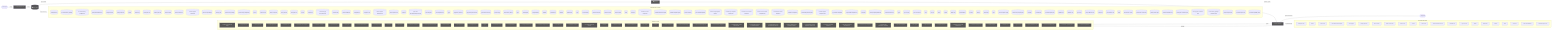
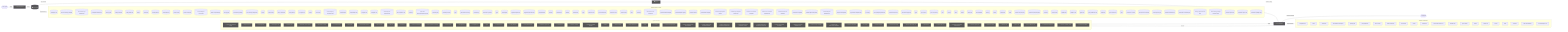
flowchart LR
  UserQ(["👤 User Query"])
  Embed["📐 Embedding Model"]
  VecDB[("📚 Vector Store")]
  Retriever["🔍 Retriever"]
  LLMNode["🧠 LLM / Generator"]
  Output(["✅ Response"])
  UserQ -->|query| Embed
  Embed -->|vector| VecDB
  VecDB -->|top-k chunks| Retriever
  Retriever -->|context + query| LLMNode
  LLMNode -->|generated answer| Output
  subgraph DetectedMemory["Detected memory stores"]
    det_detectedmemory_cli_dispatch_test_54c9f17b[("cli-dispatch.test")]
    det_detectedmemory_run_local_memory_preflight_36e92808[("run-local-memory-preflight")]
    det_detectedmemory_run_local_memory_preflight_test_1d7c5aa0[("run-local-memory-preflight.test")]
    det_detectedmemory_pr_template_validator_test_569b1cef[("pr-template-validator.test")]
+     det_detectedmemory_memory_gate_a577a506[("memory-gate")]
    det_detectedmemory_tooling_audit_test_d2aee28c[("tooling-audit.test")]
    det_detectedmemory_tooling_audit_core_328d6a41[("tooling-audit-core")]
    det_detectedmemory_search_24193290[("search")]
    det_detectedmemory_search_test_0c66bc11[("search.test")]
    det_detectedmemory_review_gate_test_000e2ed6[("review-gate.test")]
    det_detectedmemory_review_gate_core_4c8001f9[("review-gate-core")]
    det_detectedmemory_review_context_ca6cf81d[("review-context")]
    det_detectedmemory_review_context_test_89806d6c[("review-context.test")]
    det_detectedmemory_refresh_diagram_context_test_03bf21c4[("refresh-diagram-context.test")]
    det_detectedmemory_pattern_scope_siblings_43abe000[("pattern-scope-siblings")]
-     det_detectedmemory_memory_gate_a577a506[("memory-gate")]
+     det_detectedmemory_memory_gate_1_265164ac[("memory-gate")]
    det_detectedmemory_local_memory_preflight_dcc36c42[("local-memory-preflight")]
    det_detectedmemory_local_memory_preflight_test_5e323bbf[("local-memory-preflight.test")]
    det_detectedmemory_init_test_cbba76a6[("init.test")]
    det_detectedmemory_index_context_de3ed39d[("index-context")]
    det_detectedmemory_index_context_test_1949ea6f[("index-context.test")]
    det_detectedmemory_docs_gate_test_a25e972f[("docs-gate.test")]
    det_detectedmemory_docs_gate_core_eb9b6c18[("docs-gate-core")]
    det_detectedmemory_context_ea7792a2[("context")]
    det_detectedmemory_context_test_57aad306[("context.test")]
    det_detectedmemory_context_integrity_acceptance_test_59f961b1[("context-integrity-acceptance.test")]
    det_detectedmemory_context_health_80bb7da9[("context-health")]
    det_detectedmemory_context_health_test_3b5b87f3[("context-health.test")]
    det_detectedmemory_ci_migrate_test_2a015bb9[("ci-migrate.test")]
    det_detectedmemory_ci_migrate_core_7005b5af[("ci-migrate-core")]
    det_detectedmemory_check_diagram_freshness_test_c1dc40aa[("check-diagram-freshness.test")]
    det_detectedmemory_branch_protect_core_a8feb0fd[("branch-protect-core")]
    det_detectedmemory_brain_test_428d4d67[("brain.test")]
    det_detectedmemory_agent_first_throughput_integration_test_dc677cc4[("agent-first-throughput.integration.test")]
    det_detectedmemory_overload_guard_2748c559[("overload-guard")]
    det_detectedmemory_overload_guard_test_6ece9f86[("overload-guard.test")]
-     det_detectedmemory_types_4_822d0f88[("types")]
-     det_detectedmemory_suggestion_generator_0956f794[("suggestion-generator")]
-     det_detectedmemory_suggestion_generator_test_f68e9892[("suggestion-generator.test")]
+     det_detectedmemory_types_5_f869ec4b[("types")]
    det_detectedmemory_performance_overload_c685bfcf[("performance-overload")]
    det_detectedmemory_local_memory_0db17ecc[("local-memory")]
    det_detectedmemory_local_memory_smoke_1175abfc[("local-memory-smoke")]
-     det_detectedmemory_types_8_f6283648[("types")]
+     det_detectedmemory_types_9_1db4641f[("types")]
    det_detectedmemory_claim_helpers_20dc8387[("claim-helpers")]
+     det_detectedmemory_suggestion_generator_0956f794[("suggestion-generator")]
+     det_detectedmemory_suggestion_generator_test_f68e9892[("suggestion-generator.test")]
    det_detectedmemory_tooling_baseline_50ab2eeb[("tooling-baseline")]
    det_detectedmemory_classifier_fe1991a9[("classifier")]
    det_detectedmemory_classifier_test_3859cceb[("classifier.test")]
    det_detectedmemory_validator_1_0c0621d8[("validator")]
    det_detectedmemory_validator_test_1_c5015ca0[("validator.test")]
-     det_detectedmemory_types_12_2b09659a[("types")]
+     det_detectedmemory_types_13_d025517b[("types")]
    det_detectedmemory_metrics_tracker_98cec29c[("metrics-tracker")]
    det_detectedmemory_metrics_tracker_test_3de156fa[("metrics-tracker.test")]
    det_detectedmemory_branch_enforcer_acb749cd[("branch-enforcer")]
    det_detectedmemory_review_context_1_e3afed15[("review-context")]
    det_detectedmemory_index_2_10143590[("index")]
    det_detectedmemory_eval_seed_5699fd3e[("eval-seed")]
    det_detectedmemory_workflow_contract_scripts_test_681e2e3c[("workflow-contract-scripts.test")]
    det_detectedmemory_scaffold_workflow_template_92310587[("scaffold-workflow-template")]
    det_detectedmemory_scaffold_template_registry_b1cce2aa[("scaffold-template-registry")]
    det_detectedmemory_scaffold_surfaces_12d6494e[("scaffold-surfaces")]
    det_detectedmemory_scaffold_shell_templates_0ad0f915[("scaffold-shell-templates")]
    det_detectedmemory_scaffold_script_template_registry_69312d4e[("scaffold-script-template-registry")]
    det_detectedmemory_scaffold_script_template_registry_test_6a8ebefe[("scaffold-script-template-registry.test")]
    det_detectedmemory_scaffold_root_command_templates_404fed7f[("scaffold-root-command-templates")]
    det_detectedmemory_scaffold_root_command_templates_test_14596939[("scaffold-root-command-templates.test")]
    det_detectedmemory_scaffold_environment_templates_c1ceba6a[("scaffold-environment-templates")]
    det_detectedmemory_scaffold_doc_templates_f6152330[("scaffold-doc-templates")]
    det_detectedmemory_scaffold_diagram_templates_dd88e83c[("scaffold-diagram-templates")]
    det_detectedmemory_scaffold_diagram_templates_test_f3774c28[("scaffold-diagram-templates.test")]
    det_detectedmemory_project_brain_templates_7ef51530[("project-brain-templates")]
    det_detectedmemory_project_brain_templates_test_0b6509f2[("project-brain-templates.test")]
    det_detectedmemory_init_modes_c05ceb07[("init-modes")]
    det_detectedmemory_codex_preflight_symlink_test_037558db[("codex-preflight-symlink.test")]
    det_detectedmemory_harness_decision_test_7e5a4fe5[("harness-decision.test")]
-     det_detectedmemory_types_18_37582e2a[("types")]
+     det_detectedmemory_command_registry_test_0cf92cba[("command-registry.test")]
+     det_detectedmemory_types_19_eb4ad5f0[("types")]
    det_detectedmemory_sync_contract_c79fa191[("sync-contract")]
    det_detectedmemory_sync_contract_test_5dc3165c[("sync-contract.test")]
    det_detectedmemory_store_824d80d7[("store")]
    det_detectedmemory_sources_1_e133d97d[("sources")]
    det_detectedmemory_rollout_a4fa034c[("rollout")]
    det_detectedmemory_ollama_76e3c7bf[("ollama")]
    det_detectedmemory_ollama_test_71f9750e[("ollama.test")]
    det_detectedmemory_lexical_fallback_723e2b3e[("lexical-fallback")]
    det_detectedmemory_init_error_5c7dd49f[("init-error")]
    det_detectedmemory_indexer_70fa78e5[("indexer")]
    det_detectedmemory_indexer_test_d492f0aa[("indexer.test")]
    det_detectedmemory_index_5_522f772a[("index")]
    det_detectedmemory_context_compact_policy_3dcaf95d[("context-compact-policy")]
    det_detectedmemory_context_compact_policy_test_da148267[("context-compact-policy.test")]
    det_detectedmemory_constants_7517017f[("constants")]
    det_detectedmemory_constants_test_5492ae98[("constants.test")]
-     det_detectedmemory_command_registry_test_0cf92cba[("command-registry.test")]
    det_detectedmemory_validator_test_5_2bb3219d[("validator.test")]
    det_detectedmemory_validator_core_1_1518647e[("validator-core")]
    det_detectedmemory_types_core_1_8bd0f8fd[("types-core")]
    det_detectedmemory_policy_validators_core_714a3fe7[("policy-validators-core")]
    det_detectedmemory_loader_test_03424671[("loader.test")]
    det_detectedmemory_json_schema_core_96d7e328[("json-schema-core")]
    det_detectedmemory_index_6_fc9e91e2[("index")]
    det_detectedmemory_harness_run_context_ac7c77a9[("harness-run-context")]
    det_detectedmemory_harness_run_context_test_c6937fed[("harness-run-context.test")]
    det_detectedmemory_branch_protect_sync_570adb18[("branch-protect-sync")]
    det_detectedmemory_module_boundaries_test_c0caf46b[("module-boundaries.test")]
    det_detectedmemory_review_gate_command_spec_3187376a[("review-gate-command-spec")]
    det_detectedmemory_memory_gate_command_spec_dc9001a9[("memory-gate-command-spec")]
    det_detectedmemory_local_memory_preflight_command_spec_9e23f3ce[("local-memory-preflight-command-spec")]
    det_detectedmemory_command_specs_test_7f693e85[("command-specs.test")]
    det_detectedmemory_command_specs_core_1c0ffc99[("command-specs-core")]
    det_detectedmemory_command_capability_rules_ca3f496a[("command-capability-rules")]
  end
  VecDB -. "implemented by" .-> DetectedMemory
  subgraph DetectedLLM["Detected LLM clients"]
    det_detectedllm_cli_dispatch_test_54c9f17b["cli-dispatch.test"]
    det_detectedllm_search_24193290["search"]
    det_detectedllm_search_test_0c66bc11["search.test"]
    det_detectedllm_remediate_runner_helpers_929fedcc["remediate-runner-helpers"]
    det_detectedllm_prompt_gate_c5e9d207["prompt-gate"]
    det_detectedllm_prompt_gate_test_1a442b27["prompt-gate.test"]
    det_detectedllm_index_context_de3ed39d["index-context"]
    det_detectedllm_index_context_test_1949ea6f["index-context.test"]
    det_detectedllm_contract_test_2262847f["contract.test"]
    det_detectedllm_context_ea7792a2["context"]
    det_detectedllm_context_test_57aad306["context.test"]
    det_detectedllm_check_environment_core_2c16213f["check-environment-core"]
    det_detectedllm_sensitive_text_7c11f760["sensitive-text"]
    det_detectedllm_sync_contract_c79fa191["sync-contract"]
    det_detectedllm_ollama_76e3c7bf["ollama"]
    det_detectedllm_ollama_test_71f9750e["ollama.test"]
    det_detectedllm_indexer_70fa78e5["indexer"]
    det_detectedllm_index_5_522f772a["index"]
    det_detectedllm_constants_7517017f["constants"]
    det_detectedllm_north_star_validators_cfc926ce["north-star-validators"]
    det_detectedllm_command_specs_core_1c0ffc99["command-specs-core"]
  end
  LLMNode -. "implemented by" .-> DetectedLLM
  subgraph DetectedTools["Agentic tool calls"]
    det_detectedtools_collect_observed_eval_usage_1724425c["🔧 collect-observed-eval-usage"]
    det_detectedtools_verify_work_test_0e12f6c5["🔧 verify-work.test"]
    det_detectedtools_review_gate_test_000e2ed6["🔧 review-gate.test"]
    det_detectedtools_review_gate_core_4c8001f9["🔧 review-gate-core"]
    det_detectedtools_remediate_test_6f59cafe["🔧 remediate.test"]
    det_detectedtools_remediate_runner_helpers_929fedcc["🔧 remediate-runner-helpers"]
    det_detectedtools_remediate_cli_output_cc165396["🔧 remediate-cli-output"]
    det_detectedtools_pr_closeout_test_1_be1a0df1["🔧 pr-closeout.test"]
    det_detectedtools_policy_gate_213f7313["🔧 policy-gate"]
    det_detectedtools_next_blocked_decisions_4140ad2b["🔧 next-blocked-decisions"]
    det_detectedtools_learnings_test_e45e0253["🔧 learnings.test"]
    det_detectedtools_init_test_cbba76a6["🔧 init.test"]
    det_detectedtools_doctor_test_e032e8b5["🔧 doctor.test"]
    det_detectedtools_doctor_tool_checks_4acac51a["🔧 doctor-tool-checks"]
    det_detectedtools_doctor_github_tool_checks_a53b0382["🔧 doctor-github-tool-checks"]
    det_detectedtools_doctor_checks_5a2eb2b9["🔧 doctor-checks"]
    det_detectedtools_docs_gate_test_a25e972f["🔧 docs-gate.test"]
    det_detectedtools_ci_migrate_core_7005b5af["🔧 ci-migrate-core"]
-     det_detectedtools_types_1_4ecdf56e["🔧 types"]
+     det_detectedtools_types_2_d9bc6e7a["🔧 types"]
    det_detectedtools_orchestrator_test_1_c291cde7["🔧 orchestrator.test"]
    det_detectedtools_tooling_baseline_50ab2eeb["🔧 tooling-baseline"]
    det_detectedtools_tooling_baseline_test_d272ddb6["🔧 tooling-baseline.test"]
    det_detectedtools_evaluation_engine_core_e054fe49["🔧 evaluation-engine-core"]
    det_detectedtools_normalise_test_73e8a615["🔧 normalise.test"]
    det_detectedtools_normalise_renderer_85f2e563["🔧 normalise-renderer"]
    det_detectedtools_normalise_he_phase_exit_test_1788efc4["🔧 normalise-he-phase-exit.test"]
    det_detectedtools_validator_1_0c0621d8["🔧 validator"]
    det_detectedtools_metrics_tracker_98cec29c["🔧 metrics-tracker"]
    det_detectedtools_metrics_tracker_test_3de156fa["🔧 metrics-tracker.test"]
+     det_detectedtools_client_1_914e1681["🔧 client"]
    det_detectedtools_pr_creator_dc6b1ea4["🔧 pr-creator"]
-     det_detectedtools_client_1_914e1681["🔧 client"]
-     det_detectedtools_closure_evidence_aaa31467["🔧 closure-evidence"]
-     det_detectedtools_observed_skill_usage_ed7d5930["🔧 observed-skill-usage"]
-     det_detectedtools_observed_skill_usage_test_311c215a["🔧 observed-skill-usage.test"]
    det_detectedtools_scaffold_shell_quality_test_79567d03["🔧 scaffold-shell-quality.test"]
    det_detectedtools_scaffold_release_private_npm_template_075499f8["🔧 scaffold-release-private-npm-template"]
    det_detectedtools_scaffold_github_actions_pr_pipeline_template_e2b85f62["🔧 scaffold-github-actions-pr-pipeline-template"]
    det_detectedtools_scaffold_github_actions_pr_pipeline_template_test_be464a7b["🔧 scaffold-github-actions-pr-pipeline-template.test"]
    det_detectedtools_scaffold_github_actions_pr_pipeline_renderer_1ee18de5["🔧 scaffold-github-actions-pr-pipeline-renderer"]
    det_detectedtools_scaffold_github_actions_pr_pipeline_renderer_test_2cc38272["🔧 scaffold-github-actions-pr-pipeline-renderer.test"]
    det_detectedtools_scaffold_environment_templates_c1ceba6a["🔧 scaffold-environment-templates"]
    det_detectedtools_scaffold_environment_templates_test_b31b6a0c["🔧 scaffold-environment-templates.test"]
    det_detectedtools_scaffold_config_templates_4b80ce53["🔧 scaffold-config-templates"]
    det_detectedtools_scaffold_codex_environment_templates_334fbbed["🔧 scaffold-codex-environment-templates"]
    det_detectedtools_scaffold_ci_templates_2afd6392["🔧 scaffold-ci-templates"]
    det_detectedtools_init_output_360dce91["🔧 init-output"]
+     det_detectedtools_closure_evidence_aaa31467["🔧 closure-evidence"]
+     det_detectedtools_observed_skill_usage_ed7d5930["🔧 observed-skill-usage"]
+     det_detectedtools_observed_skill_usage_test_311c215a["🔧 observed-skill-usage.test"]
    det_detectedtools_ralph_runtime_73d63c0e["🔧 ralph-runtime"]
    det_detectedtools_he_phase_exit_core_1148895b["🔧 he-phase-exit-core"]
    det_detectedtools_harness_closeout_gate_contracts_test_db1c74a7["🔧 harness-closeout-gate-contracts.test"]
    det_detectedtools_command_registry_test_0cf92cba["🔧 command-registry.test"]
    det_detectedtools_validator_helpers_7b927667["🔧 validator-helpers"]
    det_detectedtools_validator_core_1_1518647e["🔧 validator-core"]
    det_detectedtools_types_core_1_8bd0f8fd["🔧 types-core"]
    det_detectedtools_policy_validators_core_714a3fe7["🔧 policy-validators-core"]
    det_detectedtools_module_boundaries_test_c0caf46b["🔧 module-boundaries.test"]
    det_detectedtools_command_capability_rules_ca3f496a["🔧 command-capability-rules"]
    det_detectedtools_command_capabilities_a4d5c71e["🔧 command-capabilities"]
  end
  LLMNode -->|tool use| DetectedTools
  DetectedTools -->|result| LLMNode
  classDef memNode fill:#555,color:#fff
  class VecDB,Retriever memNode
  classDef llmNode fill:#555,color:#fff
  class LLMNode,Embed llmNode
  classDef toolNode fill:#555,color:#fff
-   class det_detectedtools_collect_observed_eval_usage_1724425c,det_detectedtools_verify_work_test_0e12f6c5,det_detectedtools_review_gate_test_000e2ed6,det_detectedtools_review_gate_core_4c8001f9,det_detectedtools_remediate_test_6f59cafe,det_detectedtools_remediate_runner_helpers_929fedcc,det_detectedtools_remediate_cli_output_cc165396,det_detectedtools_pr_closeout_test_1_be1a0df1,det_detectedtools_policy_gate_213f7313,det_detectedtools_next_blocked_decisions_4140ad2b,det_detectedtools_learnings_test_e45e0253,det_detectedtools_init_test_cbba76a6,det_detectedtools_doctor_test_e032e8b5,det_detectedtools_doctor_tool_checks_4acac51a,det_detectedtools_doctor_github_tool_checks_a53b0382,det_detectedtools_doctor_checks_5a2eb2b9,det_detectedtools_docs_gate_test_a25e972f,det_detectedtools_ci_migrate_core_7005b5af,det_detectedtools_types_1_4ecdf56e,det_detectedtools_orchestrator_test_1_c291cde7,det_detectedtools_tooling_baseline_50ab2eeb,det_detectedtools_tooling_baseline_test_d272ddb6,det_detectedtools_evaluation_engine_core_e054fe49,det_detectedtools_normalise_test_73e8a615,det_detectedtools_normalise_renderer_85f2e563,det_detectedtools_normalise_he_phase_exit_test_1788efc4,det_detectedtools_validator_1_0c0621d8,det_detectedtools_metrics_tracker_98cec29c,det_detectedtools_metrics_tracker_test_3de156fa,det_detectedtools_pr_creator_dc6b1ea4,det_detectedtools_client_1_914e1681,det_detectedtools_closure_evidence_aaa31467,det_detectedtools_observed_skill_usage_ed7d5930,det_detectedtools_observed_skill_usage_test_311c215a,det_detectedtools_scaffold_shell_quality_test_79567d03,det_detectedtools_scaffold_release_private_npm_template_075499f8,det_detectedtools_scaffold_github_actions_pr_pipeline_template_e2b85f62,det_detectedtools_scaffold_github_actions_pr_pipeline_template_test_be464a7b,det_detectedtools_scaffold_github_actions_pr_pipeline_renderer_1ee18de5,det_detectedtools_scaffold_github_actions_pr_pipeline_renderer_test_2cc38272,det_detectedtools_scaffold_environment_templates_c1ceba6a,det_detectedtools_scaffold_environment_templates_test_b31b6a0c,det_detectedtools_scaffold_config_templates_4b80ce53,det_detectedtools_scaffold_codex_environment_templates_334fbbed,det_detectedtools_scaffold_ci_templates_2afd6392,det_detectedtools_init_output_360dce91,det_detectedtools_ralph_runtime_73d63c0e,det_detectedtools_he_phase_exit_core_1148895b,det_detectedtools_harness_closeout_gate_contracts_test_db1c74a7,det_detectedtools_command_registry_test_0cf92cba,det_detectedtools_validator_helpers_7b927667,det_detectedtools_validator_core_1_1518647e,det_detectedtools_types_core_1_8bd0f8fd,det_detectedtools_policy_validators_core_714a3fe7,det_detectedtools_module_boundaries_test_c0caf46b,det_detectedtools_command_capability_rules_ca3f496a,det_detectedtools_command_capabilities_a4d5c71e toolNode
+   class det_detectedtools_collect_observed_eval_usage_1724425c,det_detectedtools_verify_work_test_0e12f6c5,det_detectedtools_review_gate_test_000e2ed6,det_detectedtools_review_gate_core_4c8001f9,det_detectedtools_remediate_test_6f59cafe,det_detectedtools_remediate_runner_helpers_929fedcc,det_detectedtools_remediate_cli_output_cc165396,det_detectedtools_pr_closeout_test_1_be1a0df1,det_detectedtools_policy_gate_213f7313,det_detectedtools_next_blocked_decisions_4140ad2b,det_detectedtools_learnings_test_e45e0253,det_detectedtools_init_test_cbba76a6,det_detectedtools_doctor_test_e032e8b5,det_detectedtools_doctor_tool_checks_4acac51a,det_detectedtools_doctor_github_tool_checks_a53b0382,det_detectedtools_doctor_checks_5a2eb2b9,det_detectedtools_docs_gate_test_a25e972f,det_detectedtools_ci_migrate_core_7005b5af,det_detectedtools_types_2_d9bc6e7a,det_detectedtools_orchestrator_test_1_c291cde7,det_detectedtools_tooling_baseline_50ab2eeb,det_detectedtools_tooling_baseline_test_d272ddb6,det_detectedtools_evaluation_engine_core_e054fe49,det_detectedtools_normalise_test_73e8a615,det_detectedtools_normalise_renderer_85f2e563,det_detectedtools_normalise_he_phase_exit_test_1788efc4,det_detectedtools_validator_1_0c0621d8,det_detectedtools_metrics_tracker_98cec29c,det_detectedtools_metrics_tracker_test_3de156fa,det_detectedtools_client_1_914e1681,det_detectedtools_pr_creator_dc6b1ea4,det_detectedtools_scaffold_shell_quality_test_79567d03,det_detectedtools_scaffold_release_private_npm_template_075499f8,det_detectedtools_scaffold_github_actions_pr_pipeline_template_e2b85f62,det_detectedtools_scaffold_github_actions_pr_pipeline_template_test_be464a7b,det_detectedtools_scaffold_github_actions_pr_pipeline_renderer_1ee18de5,det_detectedtools_scaffold_github_actions_pr_pipeline_renderer_test_2cc38272,det_detectedtools_scaffold_environment_templates_c1ceba6a,det_detectedtools_scaffold_environment_templates_test_b31b6a0c,det_detectedtools_scaffold_config_templates_4b80ce53,det_detectedtools_scaffold_codex_environment_templates_334fbbed,det_detectedtools_scaffold_ci_templates_2afd6392,det_detectedtools_init_output_360dce91,det_detectedtools_closure_evidence_aaa31467,det_detectedtools_observed_skill_usage_ed7d5930,det_detectedtools_observed_skill_usage_test_311c215a,det_detectedtools_ralph_runtime_73d63c0e,det_detectedtools_he_phase_exit_core_1148895b,det_detectedtools_harness_closeout_gate_contracts_test_db1c74a7,det_detectedtools_command_registry_test_0cf92cba,det_detectedtools_validator_helpers_7b927667,det_detectedtools_validator_core_1_1518647e,det_detectedtools_types_core_1_8bd0f8fd,det_detectedtools_policy_validators_core_714a3fe7,det_detectedtools_module_boundaries_test_c0caf46b,det_detectedtools_command_capability_rules_ca3f496a,det_detectedtools_command_capabilities_a4d5c71e toolNode
